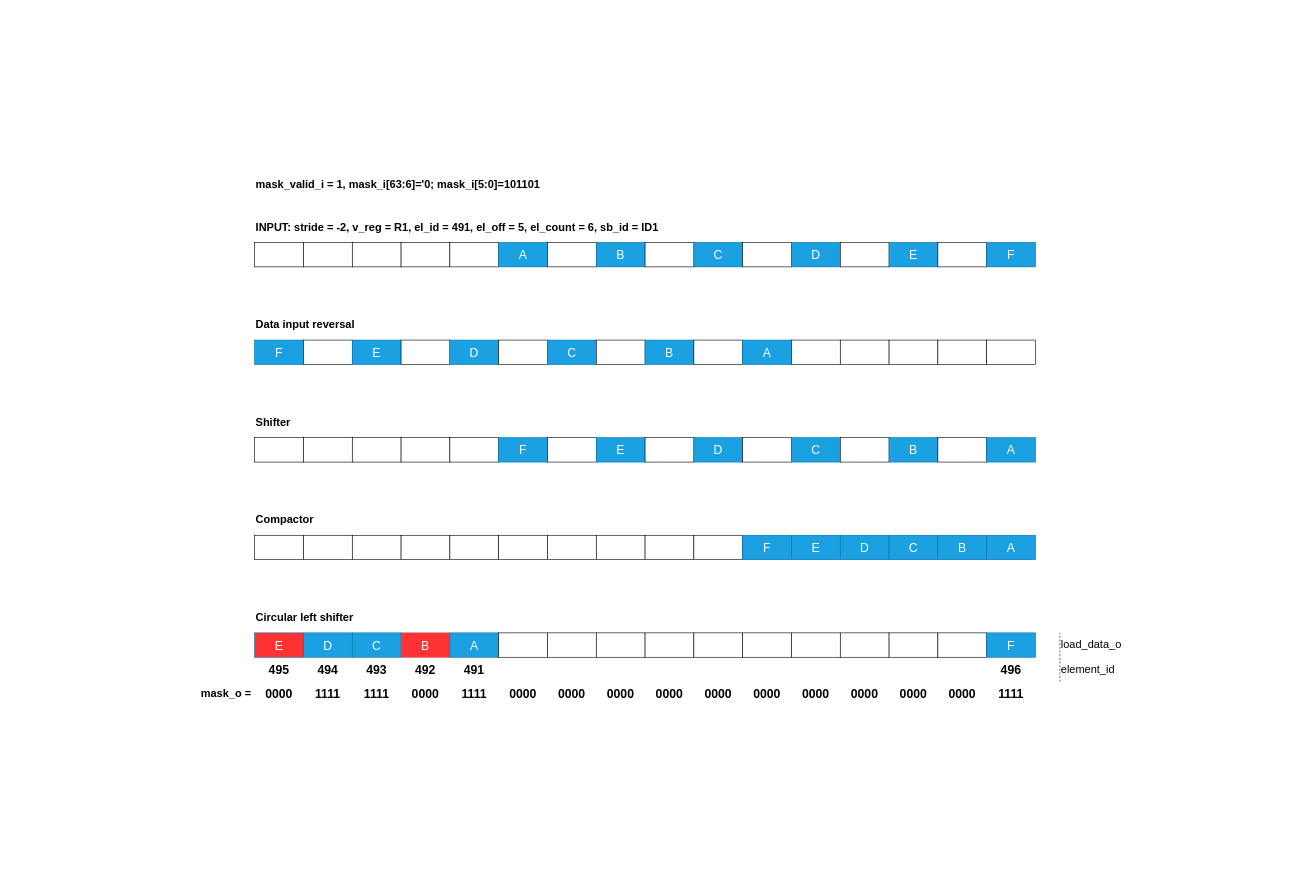
Above: Chapter_2/src/lmu-masked-strided.drawio in gugliver/tesi_magistrale (draw.io), before the change. Source tidied: cells renumbered, new cells numbered last; positions are measured from the earlier drawing's top-left corner, leaving out a move shared by most shapes. Both pictures are drawn from the tidied source at 61%, with x=0, y=0 at pixel (10, 10).
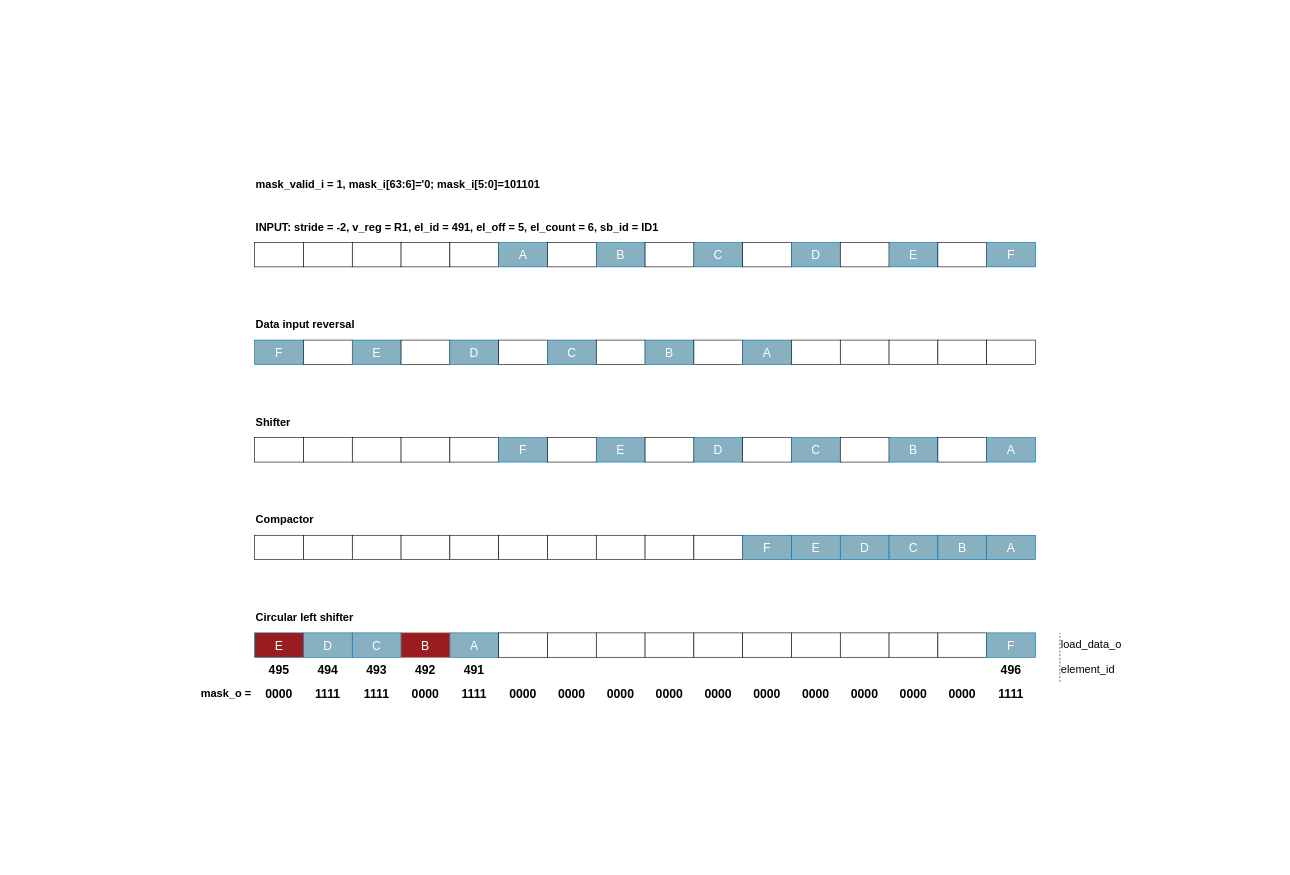
The same page after the edit.

The edit, as a diff of the source:
```diff
@@
-    <mxCell id="7" style="rounded=0;whiteSpace=wrap;html=1;fillColor=#1ba1e2;strokeColor=#006EAF;fontColor=#ffffff;" parent="1" vertex="1">
+    <mxCell id="7" style="rounded=0;whiteSpace=wrap;html=1;fillColor=#87B0C0;strokeColor=#006EAF;fontColor=#ffffff;" parent="1" vertex="1">
       <mxGeometry x="800" y="380" width="80" height="40" as="geometry" />
     </mxCell>
@@
-    <mxCell id="9" style="rounded=0;whiteSpace=wrap;html=1;fillColor=#1ba1e2;strokeColor=#006EAF;fontColor=#ffffff;" parent="1" vertex="1">
+    <mxCell id="9" style="rounded=0;whiteSpace=wrap;html=1;fillColor=#87B0C0;strokeColor=#006EAF;fontColor=#ffffff;" parent="1" vertex="1">
       <mxGeometry x="960" y="380" width="80" height="40" as="geometry" />
     </mxCell>
@@
-    <mxCell id="11" style="rounded=0;whiteSpace=wrap;html=1;fillColor=#1ba1e2;strokeColor=#006EAF;fontColor=#ffffff;" parent="1" vertex="1">
+    <mxCell id="11" style="rounded=0;whiteSpace=wrap;html=1;fillColor=#87B0C0;strokeColor=#006EAF;fontColor=#ffffff;" parent="1" vertex="1">
       <mxGeometry x="1120" y="380" width="80" height="40" as="geometry" />
     </mxCell>
@@
-    <mxCell id="13" style="rounded=0;whiteSpace=wrap;html=1;fillColor=#1ba1e2;strokeColor=#006EAF;fontColor=#ffffff;" parent="1" vertex="1">
+    <mxCell id="13" style="rounded=0;whiteSpace=wrap;html=1;fillColor=#87B0C0;strokeColor=#006EAF;fontColor=#ffffff;" parent="1" vertex="1">
       <mxGeometry x="1280" y="380" width="80" height="40" as="geometry" />
     </mxCell>
@@
-    <mxCell id="15" style="rounded=0;whiteSpace=wrap;html=1;fillColor=#1ba1e2;strokeColor=#006EAF;fontColor=#ffffff;" parent="1" vertex="1">
+    <mxCell id="15" style="rounded=0;whiteSpace=wrap;html=1;fillColor=#87B0C0;strokeColor=#006EAF;fontColor=#ffffff;" parent="1" vertex="1">
       <mxGeometry x="1440" y="380" width="80" height="40" as="geometry" />
     </mxCell>
@@
-    <mxCell id="17" style="rounded=0;whiteSpace=wrap;html=1;fillColor=#1ba1e2;strokeColor=#006EAF;fontColor=#ffffff;" parent="1" vertex="1">
+    <mxCell id="17" style="rounded=0;whiteSpace=wrap;html=1;fillColor=#87B0C0;strokeColor=#006EAF;fontColor=#ffffff;" parent="1" vertex="1">
       <mxGeometry x="1600" y="380" width="80" height="40" as="geometry" />
     </mxCell>
-    <mxCell id="18" style="rounded=0;whiteSpace=wrap;html=1;fillColor=#1ba1e2;strokeColor=#006EAF;fontColor=#ffffff;" parent="1" vertex="1">
+    <mxCell id="18" style="rounded=0;whiteSpace=wrap;html=1;fillColor=#87B0C0;strokeColor=#006EAF;fontColor=#ffffff;" parent="1" vertex="1">
       <mxGeometry x="400" y="540" width="80" height="40" as="geometry" />
     </mxCell>
@@
-    <mxCell id="20" style="rounded=0;whiteSpace=wrap;html=1;fillColor=#1ba1e2;strokeColor=#006EAF;fontColor=#ffffff;" parent="1" vertex="1">
+    <mxCell id="20" style="rounded=0;whiteSpace=wrap;html=1;fillColor=#87B0C0;strokeColor=#006EAF;fontColor=#ffffff;" parent="1" vertex="1">
       <mxGeometry x="560" y="540" width="80" height="40" as="geometry" />
     </mxCell>
@@
-    <mxCell id="22" style="rounded=0;whiteSpace=wrap;html=1;fillColor=#1ba1e2;strokeColor=#006EAF;fontColor=#ffffff;" parent="1" vertex="1">
+    <mxCell id="22" style="rounded=0;whiteSpace=wrap;html=1;fillColor=#87B0C0;strokeColor=#006EAF;fontColor=#ffffff;" parent="1" vertex="1">
       <mxGeometry x="720" y="540" width="80" height="40" as="geometry" />
     </mxCell>
@@
-    <mxCell id="24" style="rounded=0;whiteSpace=wrap;html=1;fillColor=#1ba1e2;strokeColor=#006EAF;fontColor=#ffffff;" parent="1" vertex="1">
+    <mxCell id="24" style="rounded=0;whiteSpace=wrap;html=1;fillColor=#87B0C0;strokeColor=#006EAF;fontColor=#ffffff;" parent="1" vertex="1">
       <mxGeometry x="880" y="540" width="80" height="40" as="geometry" />
     </mxCell>
@@
-    <mxCell id="26" style="rounded=0;whiteSpace=wrap;html=1;fillColor=#1ba1e2;strokeColor=#006EAF;fontColor=#ffffff;" parent="1" vertex="1">
+    <mxCell id="26" style="rounded=0;whiteSpace=wrap;html=1;fillColor=#87B0C0;strokeColor=#006EAF;fontColor=#ffffff;" parent="1" vertex="1">
       <mxGeometry x="1040" y="540" width="80" height="40" as="geometry" />
     </mxCell>
@@
-    <mxCell id="28" style="rounded=0;whiteSpace=wrap;html=1;fillColor=#1ba1e2;strokeColor=#006EAF;fontColor=#ffffff;" parent="1" vertex="1">
+    <mxCell id="28" style="rounded=0;whiteSpace=wrap;html=1;fillColor=#87B0C0;strokeColor=#006EAF;fontColor=#ffffff;" parent="1" vertex="1">
       <mxGeometry x="1200" y="540" width="80" height="40" as="geometry" />
     </mxCell>
@@
-    <mxCell id="39" style="rounded=0;whiteSpace=wrap;html=1;fillColor=#1ba1e2;strokeColor=#006EAF;fontColor=#ffffff;" parent="1" vertex="1">
+    <mxCell id="39" style="rounded=0;whiteSpace=wrap;html=1;fillColor=#87B0C0;strokeColor=#006EAF;fontColor=#ffffff;" parent="1" vertex="1">
       <mxGeometry x="800" y="700" width="80" height="40" as="geometry" />
     </mxCell>
@@
-    <mxCell id="41" style="rounded=0;whiteSpace=wrap;html=1;fillColor=#1ba1e2;strokeColor=#006EAF;fontColor=#ffffff;" parent="1" vertex="1">
+    <mxCell id="41" style="rounded=0;whiteSpace=wrap;html=1;fillColor=#87B0C0;strokeColor=#006EAF;fontColor=#ffffff;" parent="1" vertex="1">
       <mxGeometry x="960" y="700" width="80" height="40" as="geometry" />
     </mxCell>
@@
-    <mxCell id="43" style="rounded=0;whiteSpace=wrap;html=1;fillColor=#1ba1e2;strokeColor=#006EAF;fontColor=#ffffff;" parent="1" vertex="1">
+    <mxCell id="43" style="rounded=0;whiteSpace=wrap;html=1;fillColor=#87B0C0;strokeColor=#006EAF;fontColor=#ffffff;" parent="1" vertex="1">
       <mxGeometry x="1120" y="700" width="80" height="40" as="geometry" />
     </mxCell>
@@
-    <mxCell id="45" style="rounded=0;whiteSpace=wrap;html=1;fillColor=#1ba1e2;strokeColor=#006EAF;fontColor=#ffffff;" parent="1" vertex="1">
+    <mxCell id="45" style="rounded=0;whiteSpace=wrap;html=1;fillColor=#87B0C0;strokeColor=#006EAF;fontColor=#ffffff;" parent="1" vertex="1">
       <mxGeometry x="1280" y="700" width="80" height="40" as="geometry" />
     </mxCell>
@@
-    <mxCell id="47" style="rounded=0;whiteSpace=wrap;html=1;fillColor=#1ba1e2;strokeColor=#006EAF;fontColor=#ffffff;" parent="1" vertex="1">
+    <mxCell id="47" style="rounded=0;whiteSpace=wrap;html=1;fillColor=#87B0C0;strokeColor=#006EAF;fontColor=#ffffff;" parent="1" vertex="1">
       <mxGeometry x="1440" y="700" width="80" height="40" as="geometry" />
     </mxCell>
@@
-    <mxCell id="49" style="rounded=0;whiteSpace=wrap;html=1;fillColor=#1ba1e2;strokeColor=#006EAF;fontColor=#ffffff;" parent="1" vertex="1">
+    <mxCell id="49" style="rounded=0;whiteSpace=wrap;html=1;fillColor=#87B0C0;strokeColor=#006EAF;fontColor=#ffffff;" parent="1" vertex="1">
       <mxGeometry x="1600" y="700" width="80" height="40" as="geometry" />
     </mxCell>
@@
-    <mxCell id="60" style="rounded=0;whiteSpace=wrap;html=1;fillColor=#1ba1e2;strokeColor=#006EAF;fontColor=#ffffff;" parent="1" vertex="1">
+    <mxCell id="60" style="rounded=0;whiteSpace=wrap;html=1;fillColor=#87B0C0;strokeColor=#006EAF;fontColor=#ffffff;" parent="1" vertex="1">
       <mxGeometry x="1200" y="860" width="80" height="40" as="geometry" />
     </mxCell>
-    <mxCell id="61" style="rounded=0;whiteSpace=wrap;html=1;fillColor=#1ba1e2;strokeColor=#006EAF;fontColor=#ffffff;" parent="1" vertex="1">
+    <mxCell id="61" style="rounded=0;whiteSpace=wrap;html=1;fillColor=#87B0C0;strokeColor=#006EAF;fontColor=#ffffff;" parent="1" vertex="1">
       <mxGeometry x="1280" y="860" width="80" height="40" as="geometry" />
     </mxCell>
-    <mxCell id="62" style="rounded=0;whiteSpace=wrap;html=1;fillColor=#1ba1e2;strokeColor=#006EAF;fontColor=#ffffff;" parent="1" vertex="1">
+    <mxCell id="62" style="rounded=0;whiteSpace=wrap;html=1;fillColor=#87B0C0;strokeColor=#006EAF;fontColor=#ffffff;" parent="1" vertex="1">
       <mxGeometry x="1360" y="860" width="80" height="40" as="geometry" />
     </mxCell>
-    <mxCell id="63" style="rounded=0;whiteSpace=wrap;html=1;fillColor=#1ba1e2;strokeColor=#006EAF;fontColor=#ffffff;" parent="1" vertex="1">
+    <mxCell id="63" style="rounded=0;whiteSpace=wrap;html=1;fillColor=#87B0C0;strokeColor=#006EAF;fontColor=#ffffff;" parent="1" vertex="1">
       <mxGeometry x="1440" y="860" width="80" height="40" as="geometry" />
     </mxCell>
-    <mxCell id="64" style="rounded=0;whiteSpace=wrap;html=1;fillColor=#1ba1e2;strokeColor=#006EAF;fontColor=#ffffff;" parent="1" vertex="1">
+    <mxCell id="64" style="rounded=0;whiteSpace=wrap;html=1;fillColor=#87B0C0;strokeColor=#006EAF;fontColor=#ffffff;" parent="1" vertex="1">
       <mxGeometry x="1520" y="860" width="80" height="40" as="geometry" />
     </mxCell>
-    <mxCell id="65" style="rounded=0;whiteSpace=wrap;html=1;fillColor=#1ba1e2;strokeColor=#006EAF;fontColor=#ffffff;" parent="1" vertex="1">
+    <mxCell id="65" style="rounded=0;whiteSpace=wrap;html=1;fillColor=#87B0C0;strokeColor=#006EAF;fontColor=#ffffff;" parent="1" vertex="1">
       <mxGeometry x="1600" y="860" width="80" height="40" as="geometry" />
     </mxCell>
-    <mxCell id="66" style="rounded=0;whiteSpace=wrap;html=1;fillColor=#FF3333;strokeColor=#006EAF;fontColor=#ffffff;" parent="1" vertex="1">
+    <mxCell id="66" style="rounded=0;whiteSpace=wrap;html=1;fillColor=#991C20;strokeColor=#006EAF;fontColor=#ffffff;" parent="1" vertex="1">
       <mxGeometry x="400" y="1020" width="80" height="40" as="geometry" />
     </mxCell>
-    <mxCell id="67" style="rounded=0;whiteSpace=wrap;html=1;fillColor=#1ba1e2;strokeColor=#006EAF;fontColor=#ffffff;" parent="1" vertex="1">
+    <mxCell id="67" style="rounded=0;whiteSpace=wrap;html=1;fillColor=#87B0C0;strokeColor=#006EAF;fontColor=#ffffff;" parent="1" vertex="1">
       <mxGeometry x="480" y="1020" width="80" height="40" as="geometry" />
     </mxCell>
-    <mxCell id="68" style="rounded=0;whiteSpace=wrap;html=1;fillColor=#1ba1e2;strokeColor=#006EAF;fontColor=#ffffff;" parent="1" vertex="1">
+    <mxCell id="68" style="rounded=0;whiteSpace=wrap;html=1;fillColor=#87B0C0;strokeColor=#006EAF;fontColor=#ffffff;" parent="1" vertex="1">
       <mxGeometry x="560" y="1020" width="80" height="40" as="geometry" />
     </mxCell>
-    <mxCell id="69" style="rounded=0;whiteSpace=wrap;html=1;fillColor=#FF3333;strokeColor=#b85450;" parent="1" vertex="1">
+    <mxCell id="69" style="rounded=0;whiteSpace=wrap;html=1;fillColor=#991C20;strokeColor=#b85450;" parent="1" vertex="1">
       <mxGeometry x="640" y="1020" width="80" height="40" as="geometry" />
     </mxCell>
-    <mxCell id="70" style="rounded=0;whiteSpace=wrap;html=1;fillColor=#1ba1e2;strokeColor=#006EAF;fontColor=#ffffff;" parent="1" vertex="1">
+    <mxCell id="70" style="rounded=0;whiteSpace=wrap;html=1;fillColor=#87B0C0;strokeColor=#006EAF;fontColor=#ffffff;" parent="1" vertex="1">
       <mxGeometry x="720" y="1020" width="80" height="40" as="geometry" />
     </mxCell>
@@
-    <mxCell id="81" style="rounded=0;whiteSpace=wrap;html=1;fillColor=#1ba1e2;strokeColor=#006EAF;fontColor=#ffffff;" parent="1" vertex="1">
+    <mxCell id="81" style="rounded=0;whiteSpace=wrap;html=1;fillColor=#87B0C0;strokeColor=#006EAF;fontColor=#ffffff;" parent="1" vertex="1">
       <mxGeometry x="1600" y="1020" width="80" height="40" as="geometry" />
     </mxCell>
```
